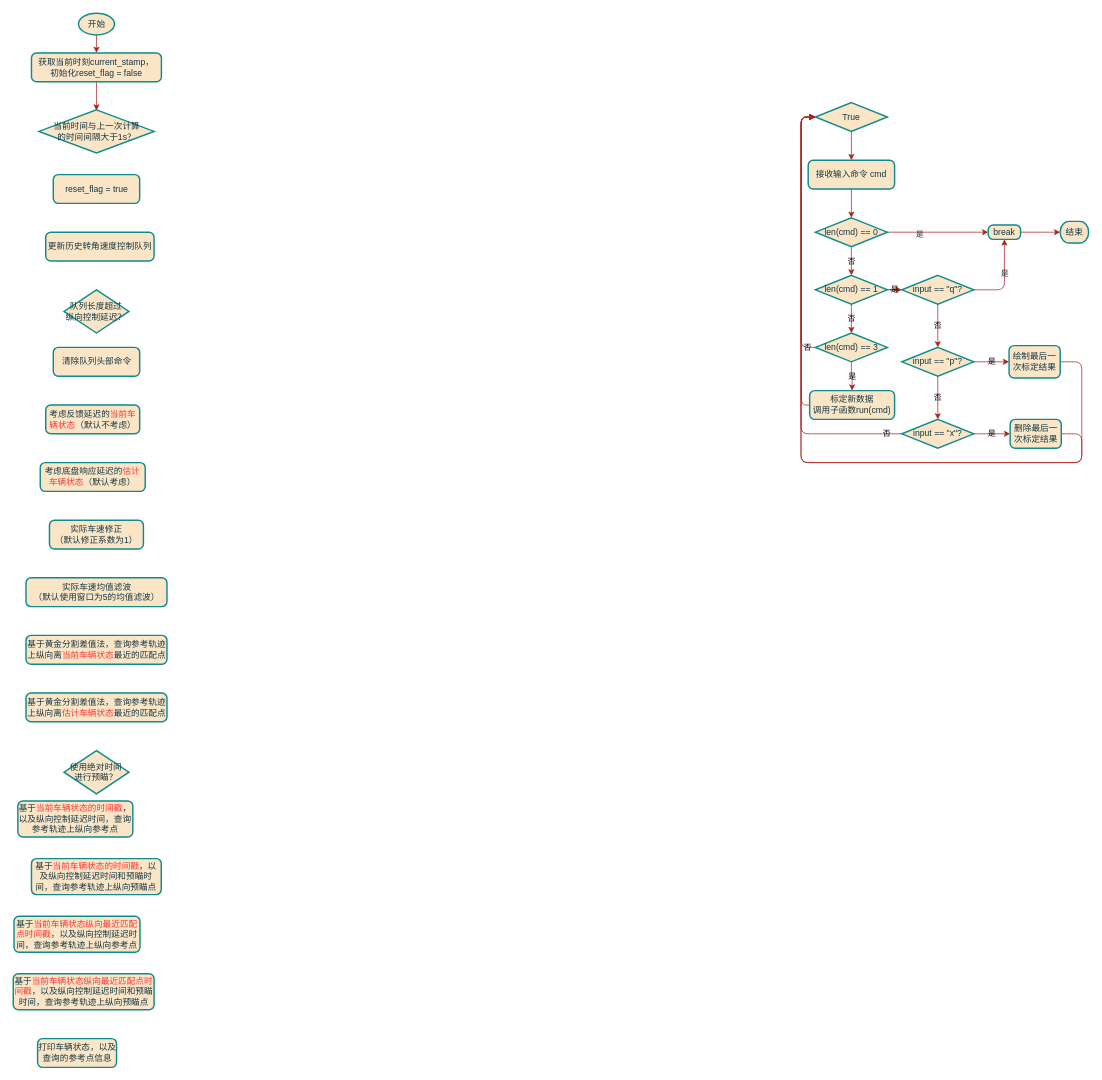
Above: page "flowchart" (5 of 5) of Apollo vs Autoware.drawio in Thousandsuny/Learning (draw.io), before the change. Source tidied: cells renumbered, new cells numbered last; positions are measured from the earlier drawing's top-left corner, leaving out a move shared by most shapes. Both pictures are drawn from the tidied source at 72%, with x=0, y=0 at pixel (13, 13).
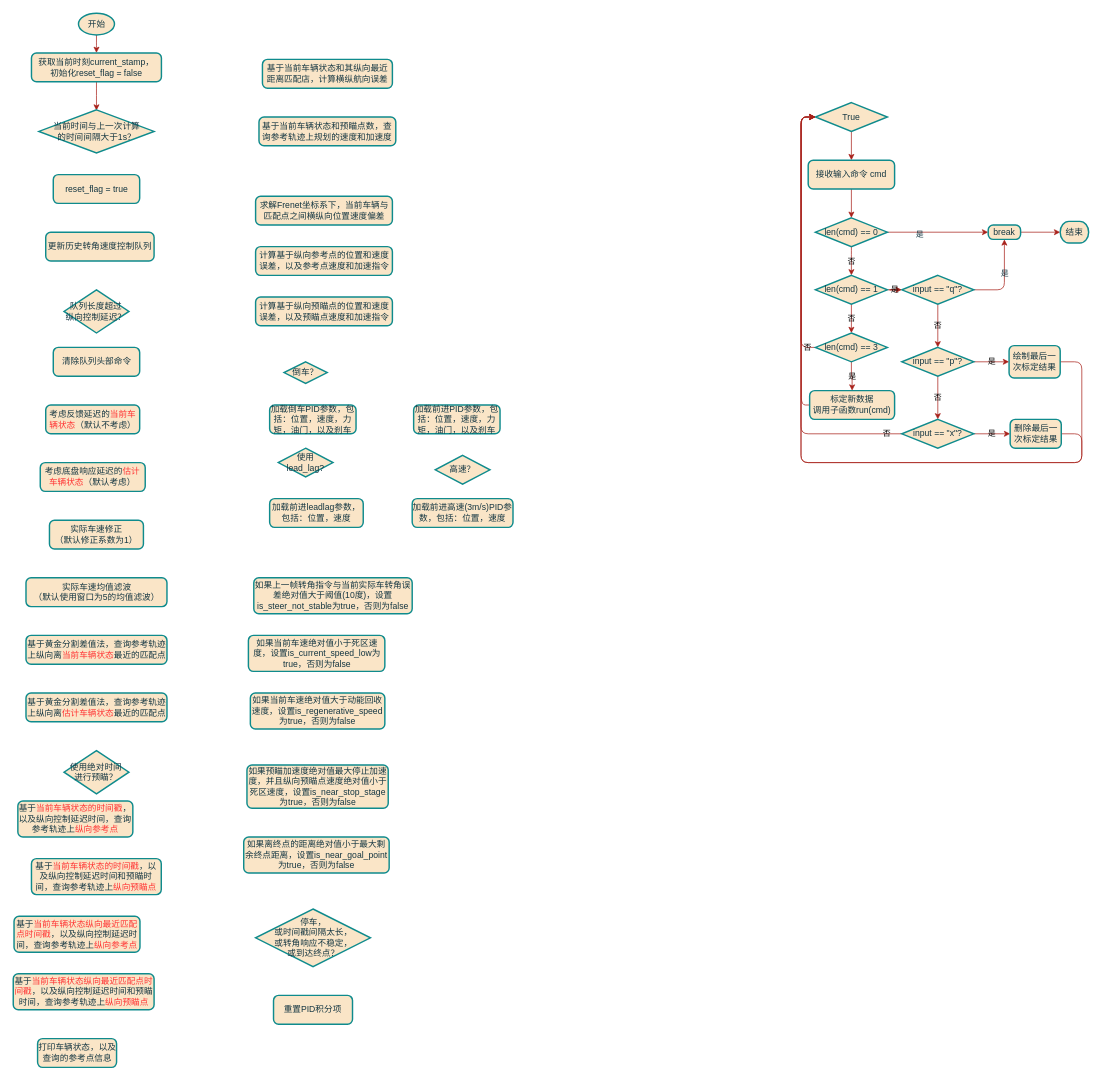
Above is the later version.

What changed in the source:
```diff
@@
-    <mxCell id="51" value="基于&lt;font color=&quot;#ff3333&quot;&gt;当前车辆状态的时间戳&lt;/font&gt;，以及纵向控制延迟时间，查询参考轨迹上纵向参考点" style="rounded=1;whiteSpace=wrap;html=1;absoluteArcSize=1;arcSize=14;strokeWidth=2;strokeColor=#0F8B8D;fontColor=#143642;fillColor=#FAE5C7;labelBackgroundColor=none;" parent="1" vertex="1">
+    <mxCell id="51" value="基于&lt;font color=&quot;#ff3333&quot;&gt;当前车辆状态的时间戳&lt;/font&gt;，以及纵向控制延迟时间，查询参考轨迹上&lt;font color=&quot;#ff3333&quot;&gt;纵向参考点&lt;/font&gt;" style="rounded=1;whiteSpace=wrap;html=1;absoluteArcSize=1;arcSize=14;strokeWidth=2;strokeColor=#0F8B8D;fontColor=#143642;fillColor=#FAE5C7;labelBackgroundColor=none;" parent="1" vertex="1">
       <mxGeometry x="6.3" y="1094" width="159.7" height="50" as="geometry" />
     </mxCell>
-    <mxCell id="52" value="基于&lt;font color=&quot;#ff3333&quot;&gt;当前车辆状态的时间戳&lt;/font&gt;，以及纵向控制延迟时间和预瞄时间，查询参考轨迹上纵向预瞄点" style="rounded=1;whiteSpace=wrap;html=1;absoluteArcSize=1;arcSize=14;strokeWidth=2;strokeColor=#0F8B8D;fontColor=#143642;fillColor=#FAE5C7;labelBackgroundColor=none;" parent="1" vertex="1">
+    <mxCell id="52" value="基于&lt;font color=&quot;#ff3333&quot;&gt;当前车辆状态的时间戳&lt;/font&gt;，以及纵向控制延迟时间和预瞄时间，查询参考轨迹上&lt;font color=&quot;#ff3333&quot;&gt;纵向预瞄点&lt;/font&gt;" style="rounded=1;whiteSpace=wrap;html=1;absoluteArcSize=1;arcSize=14;strokeWidth=2;strokeColor=#0F8B8D;fontColor=#143642;fillColor=#FAE5C7;labelBackgroundColor=none;" parent="1" vertex="1">
       <mxGeometry x="25.2" y="1174" width="180.3" height="50" as="geometry" />
     </mxCell>
-    <mxCell id="53" value="基于&lt;font color=&quot;#ff3333&quot;&gt;当前车辆状态纵向最近匹配点时间戳&lt;/font&gt;，以及纵向控制延迟时间和预瞄时间，查询参考轨迹上纵向预瞄点" style="rounded=1;whiteSpace=wrap;html=1;absoluteArcSize=1;arcSize=14;strokeWidth=2;strokeColor=#0F8B8D;fontColor=#143642;fillColor=#FAE5C7;labelBackgroundColor=none;" parent="1" vertex="1">
+    <mxCell id="53" value="基于&lt;font color=&quot;#ff3333&quot;&gt;当前车辆状态纵向最近匹配点时间戳&lt;/font&gt;，以及纵向控制延迟时间和预瞄时间，查询参考轨迹上&lt;font color=&quot;#ff3333&quot;&gt;纵向预瞄点&lt;/font&gt;" style="rounded=1;whiteSpace=wrap;html=1;absoluteArcSize=1;arcSize=14;strokeWidth=2;strokeColor=#0F8B8D;fontColor=#143642;fillColor=#FAE5C7;labelBackgroundColor=none;" parent="1" vertex="1">
       <mxGeometry x="-0.1" y="1334" width="195.6" height="50" as="geometry" />
     </mxCell>
-    <mxCell id="54" value="基于&lt;font color=&quot;#ff3333&quot;&gt;当前车辆状态纵向最近匹配点时间戳&lt;/font&gt;，以及纵向控制延迟时间，查询参考轨迹上纵向参考点" style="rounded=1;whiteSpace=wrap;html=1;absoluteArcSize=1;arcSize=14;strokeWidth=2;strokeColor=#0F8B8D;fontColor=#143642;fillColor=#FAE5C7;labelBackgroundColor=none;" parent="1" vertex="1">
+    <mxCell id="54" value="基于&lt;font color=&quot;#ff3333&quot;&gt;当前车辆状态纵向最近匹配点时间戳&lt;/font&gt;，以及纵向控制延迟时间，查询参考轨迹上&lt;font color=&quot;#ff3333&quot;&gt;纵向参考点&lt;/font&gt;" style="rounded=1;whiteSpace=wrap;html=1;absoluteArcSize=1;arcSize=14;strokeWidth=2;strokeColor=#0F8B8D;fontColor=#143642;fillColor=#FAE5C7;labelBackgroundColor=none;" parent="1" vertex="1">
       <mxGeometry x="1" y="1254" width="174.9" height="50" as="geometry" />
     </mxCell>
@@
+    <mxCell id="56" value="基于当前车辆状态和其纵向最近距离匹配店，计算横纵航向误差" style="rounded=1;whiteSpace=wrap;html=1;absoluteArcSize=1;arcSize=14;strokeWidth=2;strokeColor=#0F8B8D;fontColor=#143642;fillColor=#FAE5C7;labelBackgroundColor=none;" parent="1" vertex="1">
+      <mxGeometry x="346" y="64" width="180.5" height="40" as="geometry" />
+    </mxCell>
+    <mxCell id="57" value="基于当前车辆状态和预瞄点数，查询参考轨迹上规划的速度和加速度" style="rounded=1;whiteSpace=wrap;html=1;absoluteArcSize=1;arcSize=14;strokeWidth=2;strokeColor=#0F8B8D;fontColor=#143642;fillColor=#FAE5C7;labelBackgroundColor=none;" parent="1" vertex="1">
+      <mxGeometry x="341.2" y="144" width="190" height="40" as="geometry" />
+    </mxCell>
+    <mxCell id="58" value="求解Frenet坐标系下，当前车辆与匹配点之间横纵向位置速度偏差" style="rounded=1;whiteSpace=wrap;html=1;absoluteArcSize=1;arcSize=14;strokeWidth=2;strokeColor=#0F8B8D;fontColor=#143642;fillColor=#FAE5C7;labelBackgroundColor=none;" parent="1" vertex="1">
+      <mxGeometry x="336.5" y="254" width="190" height="40" as="geometry" />
+    </mxCell>
+    <mxCell id="59" value="计算基于纵向参考点的位置和速度误差，以及参考点速度和加速指令" style="rounded=1;whiteSpace=wrap;html=1;absoluteArcSize=1;arcSize=14;strokeWidth=2;strokeColor=#0F8B8D;fontColor=#143642;fillColor=#FAE5C7;labelBackgroundColor=none;" parent="1" vertex="1">
+      <mxGeometry x="336.5" y="324" width="190" height="40" as="geometry" />
+    </mxCell>
+    <mxCell id="60" value="计算基于纵向预瞄点的位置和速度误差，以及预瞄点速度和加速指令" style="rounded=1;whiteSpace=wrap;html=1;absoluteArcSize=1;arcSize=14;strokeWidth=2;strokeColor=#0F8B8D;fontColor=#143642;fillColor=#FAE5C7;labelBackgroundColor=none;" parent="1" vertex="1">
+      <mxGeometry x="336.5" y="394" width="190" height="40" as="geometry" />
+    </mxCell>
+    <mxCell id="61" value="倒车？" style="strokeWidth=2;html=1;shape=mxgraph.flowchart.decision;whiteSpace=wrap;strokeColor=#0F8B8D;fontColor=#143642;fillColor=#FAE5C7;rounded=1;labelBackgroundColor=none;" parent="1" vertex="1">
+      <mxGeometry x="376" y="484" width="60" height="30" as="geometry" />
+    </mxCell>
+    <mxCell id="62" value="使用lead_lag?" style="strokeWidth=2;html=1;shape=mxgraph.flowchart.decision;whiteSpace=wrap;strokeColor=#0F8B8D;fontColor=#143642;fillColor=#FAE5C7;rounded=1;labelBackgroundColor=none;" parent="1" vertex="1">
+      <mxGeometry x="368" y="604" width="76" height="40" as="geometry" />
+    </mxCell>
+    <mxCell id="63" value="高速？" style="strokeWidth=2;html=1;shape=mxgraph.flowchart.decision;whiteSpace=wrap;strokeColor=#0F8B8D;fontColor=#143642;fillColor=#FAE5C7;rounded=1;labelBackgroundColor=none;" parent="1" vertex="1">
+      <mxGeometry x="586" y="614" width="76" height="40" as="geometry" />
+    </mxCell>
+    <mxCell id="64" value="加载前进PID参数，包括：位置，速度，力矩，油门，以及刹车" style="rounded=1;whiteSpace=wrap;html=1;absoluteArcSize=1;arcSize=14;strokeWidth=2;strokeColor=#0F8B8D;fontColor=#143642;fillColor=#FAE5C7;labelBackgroundColor=none;" parent="1" vertex="1">
+      <mxGeometry x="556" y="544" width="120" height="40" as="geometry" />
+    </mxCell>
+    <mxCell id="65" value="加载倒车PID参数，包括：位置，速度，力矩，油门，以及刹车" style="rounded=1;whiteSpace=wrap;html=1;absoluteArcSize=1;arcSize=14;strokeWidth=2;strokeColor=#0F8B8D;fontColor=#143642;fillColor=#FAE5C7;labelBackgroundColor=none;" parent="1" vertex="1">
+      <mxGeometry x="356" y="544" width="120" height="40" as="geometry" />
+    </mxCell>
+    <mxCell id="66" value="加载前进leadlag参数，包括：位置，速度" style="rounded=1;whiteSpace=wrap;html=1;absoluteArcSize=1;arcSize=14;strokeWidth=2;strokeColor=#0F8B8D;fontColor=#143642;fillColor=#FAE5C7;labelBackgroundColor=none;" parent="1" vertex="1">
+      <mxGeometry x="356" y="674" width="130" height="40" as="geometry" />
+    </mxCell>
+    <mxCell id="67" value="加载前进高速(3m/s)PID参数，包括：位置，速度" style="rounded=1;whiteSpace=wrap;html=1;absoluteArcSize=1;arcSize=14;strokeWidth=2;strokeColor=#0F8B8D;fontColor=#143642;fillColor=#FAE5C7;labelBackgroundColor=none;" parent="1" vertex="1">
+      <mxGeometry x="554" y="674" width="140" height="40" as="geometry" />
+    </mxCell>
+    <mxCell id="68" value="如果上一帧转角指令与当前实际车转角误差绝对值大于阈值(10度)，设置is_steer_not_stable为true，否则为false" style="rounded=1;whiteSpace=wrap;html=1;absoluteArcSize=1;arcSize=14;strokeWidth=2;strokeColor=#0F8B8D;fontColor=#143642;fillColor=#FAE5C7;labelBackgroundColor=none;" parent="1" vertex="1">
+      <mxGeometry x="334" y="784" width="220" height="50" as="geometry" />
+    </mxCell>
+    <mxCell id="69" value="如果当前车速绝对值小于死区速度，设置is_current_speed_low为true，否则为false" style="rounded=1;whiteSpace=wrap;html=1;absoluteArcSize=1;arcSize=14;strokeWidth=2;strokeColor=#0F8B8D;fontColor=#143642;fillColor=#FAE5C7;labelBackgroundColor=none;" parent="1" vertex="1">
+      <mxGeometry x="326.5" y="864" width="189.5" height="50" as="geometry" />
+    </mxCell>
+    <mxCell id="70" value="如果当前车速绝对值大于动能回收速度，设置is_regenerative_speed为true，否则为false" style="rounded=1;whiteSpace=wrap;html=1;absoluteArcSize=1;arcSize=14;strokeWidth=2;strokeColor=#0F8B8D;fontColor=#143642;fillColor=#FAE5C7;labelBackgroundColor=none;" parent="1" vertex="1">
+      <mxGeometry x="329.2" y="944" width="186.8" height="50" as="geometry" />
+    </mxCell>
+    <mxCell id="71" value="如果预瞄加速度绝对值最大停止加速度，并且纵向预瞄点速度绝对值小于死区速度，设置is_near_stop_stage为true，否则为false" style="rounded=1;whiteSpace=wrap;html=1;absoluteArcSize=1;arcSize=14;strokeWidth=2;strokeColor=#0F8B8D;fontColor=#143642;fillColor=#FAE5C7;labelBackgroundColor=none;" parent="1" vertex="1">
+      <mxGeometry x="324.5" y="1044" width="196.2" height="60" as="geometry" />
+    </mxCell>
+    <mxCell id="72" value="如果离终点的距离绝对值小于最大剩余终点距离，设置is_near_goal_point为true，否则为false" style="rounded=1;whiteSpace=wrap;html=1;absoluteArcSize=1;arcSize=14;strokeWidth=2;strokeColor=#0F8B8D;fontColor=#143642;fillColor=#FAE5C7;labelBackgroundColor=none;" parent="1" vertex="1">
+      <mxGeometry x="320" y="1144" width="202" height="50" as="geometry" />
+    </mxCell>
+    <mxCell id="73" value="停车，&lt;br&gt;或时间戳间隔太长，&lt;br&gt;或转角响应不稳定，&lt;br&gt;或到达终点？" style="strokeWidth=2;html=1;shape=mxgraph.flowchart.decision;whiteSpace=wrap;strokeColor=#0F8B8D;fontColor=#143642;fillColor=#FAE5C7;rounded=1;labelBackgroundColor=none;" parent="1" vertex="1">
+      <mxGeometry x="336.5" y="1244" width="159.5" height="80" as="geometry" />
+    </mxCell>
+    <mxCell id="74" value="重置PID积分项" style="rounded=1;whiteSpace=wrap;html=1;absoluteArcSize=1;arcSize=14;strokeWidth=2;strokeColor=#0F8B8D;fontColor=#143642;fillColor=#FAE5C7;labelBackgroundColor=none;" parent="1" vertex="1">
+      <mxGeometry x="361.4" y="1364" width="109.7" height="40" as="geometry" />
+    </mxCell>
```
